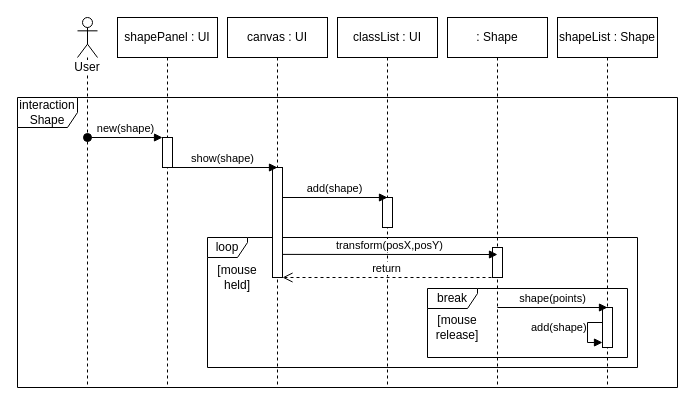
Moss99/SDI keeps this draw.io diagram as page "Page-5" (5 of 8) of Planning/uml/uml.drawio. Above is the earlier version. Source tidied: cells renumbered, new cells numbered last; positions are measured from the earlier drawing's top-left corner, leaving out a move shared by most shapes. Both pictures are drawn from the tidied source at 100%, with x=0, y=0 at pixel (17, 17).
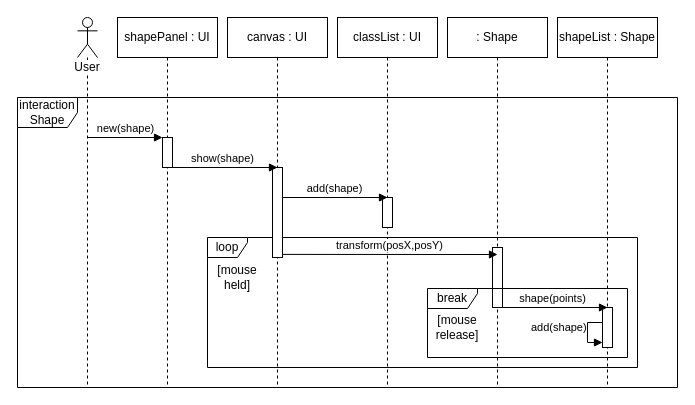
After the change.

Unchanged cells that the change refers to:
```xml
<mxCell id="5" style="html=1;points=[];perimeter=orthogonalPerimeter;" parent="4" vertex="1">
  <mxGeometry x="45" y="120" width="10" height="30" as="geometry" />
</mxCell>
<mxCell id="6" value=": Shape" style="shape=umlLifeline;perimeter=lifelinePerimeter;whiteSpace=wrap;html=1;" parent="1" vertex="1">
  <mxGeometry x="430" width="100" height="370" as="geometry" />
</mxCell>
<mxCell id="12" value="canvas : UI" style="shape=umlLifeline;perimeter=lifelinePerimeter;whiteSpace=wrap;html=1;" parent="1" vertex="1">
  <mxGeometry x="210" width="100" height="370" as="geometry" />
</mxCell>
```

Diff of the diagram source:
```diff
@@
     <mxCell id="7" style="html=1;perimeter=orthogonalPerimeter;" parent="6" vertex="1">
-      <mxGeometry x="45" y="230" width="10" height="30" as="geometry" />
+      <mxGeometry x="45" y="230" width="10" height="60" as="geometry" />
     </mxCell>
@@
     <mxCell id="14" style="html=1;perimeter=orthogonalPerimeter;" parent="12" vertex="1">
-      <mxGeometry x="45" y="150" width="10" height="110" as="geometry" />
+      <mxGeometry x="45" y="150" width="10" height="90" as="geometry" />
     </mxCell>
-    <mxCell id="15" value="new(shape)" style="html=1;verticalAlign=bottom;startArrow=oval;endArrow=block;startSize=8;" parent="1" edge="1" target="5">
+    <mxCell id="15" value="new(shape)" style="html=1;verticalAlign=bottom;startArrow=none;endArrow=block;startSize=8;startFill=0;" parent="1" edge="1" target="5">
       <mxGeometry relative="1" as="geometry">
         <mxPoint x="70" y="120" as="sourcePoint" />
       </mxGeometry>
     </mxCell>
@@
-    <mxCell id="17" value="return" style="html=1;verticalAlign=bottom;endArrow=open;dashed=1;endSize=8;entryX=1;entryY=0.982;entryDx=0;entryDy=0;entryPerimeter=0;exitX=-0.1;exitY=0.933;exitDx=0;exitDy=0;exitPerimeter=0;" parent="1" edge="1">
-      <mxGeometry relative="1" as="geometry">
-        <mxPoint x="474" y="260" as="sourcePoint" />
-        <mxPoint x="265" y="260" as="targetPoint" />
-      </mxGeometry>
-    </mxCell>
```
